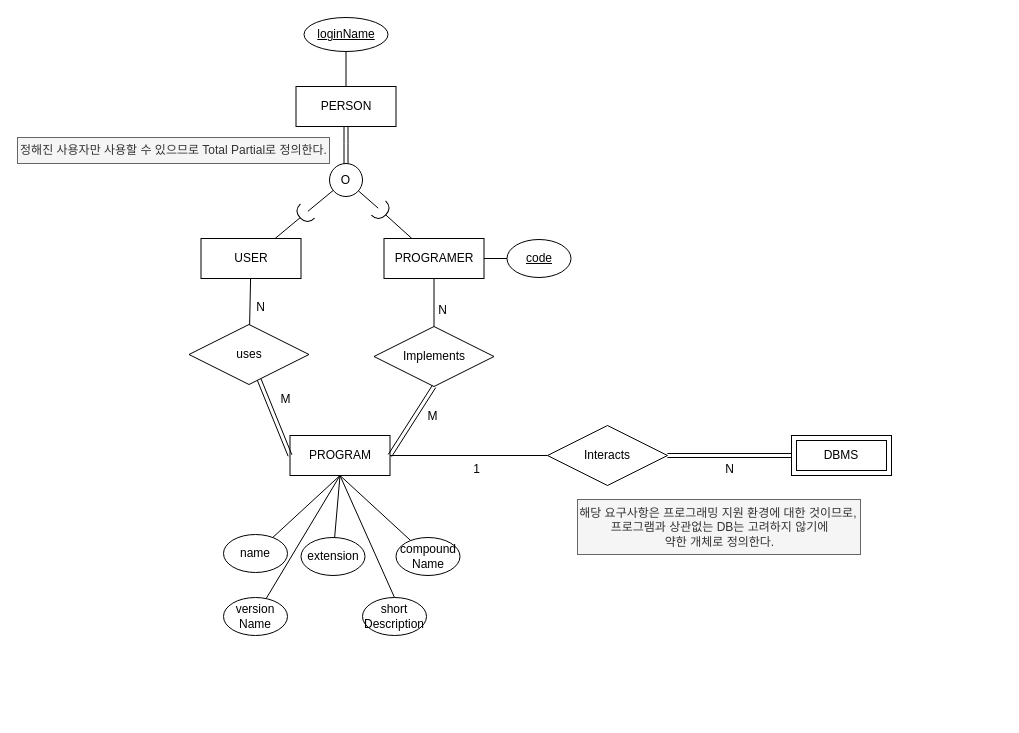
cobinding/draw.io_collection keeps this draw.io diagram as DBStudio/DBStudio_Ass7_Programmer.drawio. Above is the earlier version. Source tidied: cells renumbered, new cells numbered last; positions are measured from the earlier drawing's top-left corner, leaving out a move shared by most shapes. Both pictures are drawn from the tidied source at 100%, with x=0, y=0 at pixel (17, 17).
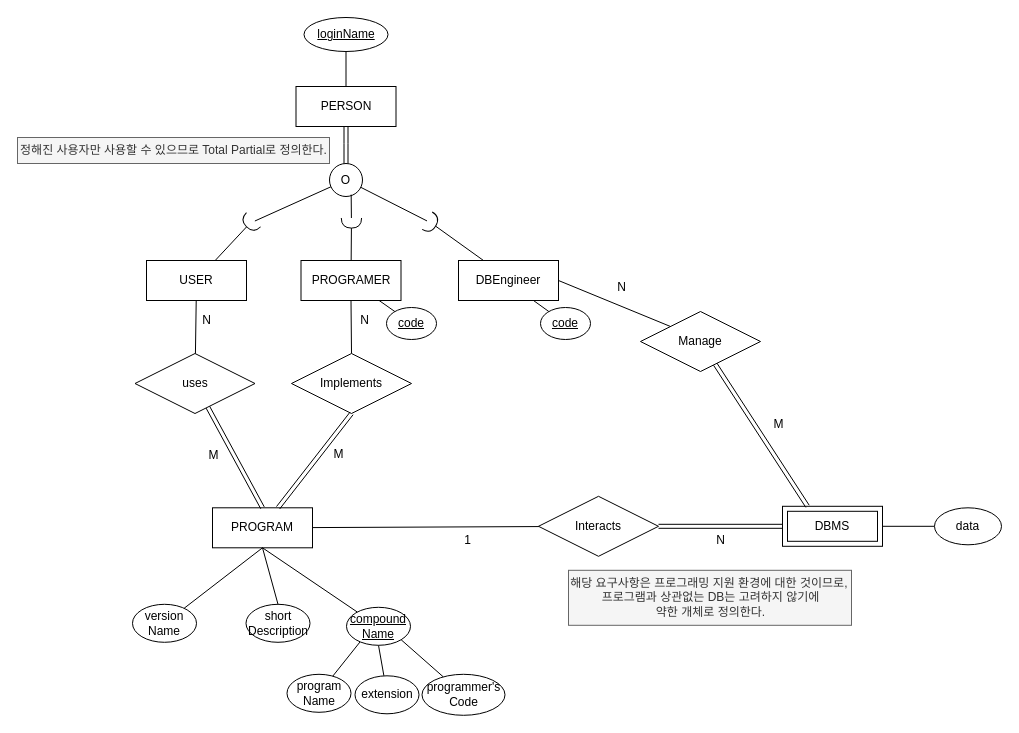
The same diagram, later.

The change refers to these unchanged cells:
```xml
<mxCell id="16" value="O" style="ellipse;whiteSpace=wrap;html=1;" parent="1" vertex="1">
  <mxGeometry x="312" y="146" width="33" height="33" as="geometry" />
</mxCell>
```

Change to the diagram source:
```diff
@@
     <mxCell id="2" style="shape=requiredInterface;html=1;verticalLabelPosition=bottom;sketch=0;rotation=135;" parent="1" vertex="1">
-      <mxGeometry x="281.5" y="187" width="10" height="20" as="geometry" />
+      <mxGeometry x="227.5" y="195.7" width="10" height="20" as="geometry" />
     </mxCell>
@@
     <mxCell id="7" value="PROGRAM" style="whiteSpace=wrap;html=1;align=center;" parent="1" vertex="1">
-      <mxGeometry x="272.5" y="418" width="100" height="40" as="geometry" />
+      <mxGeometry x="195" y="490.3" width="100" height="40" as="geometry" />
     </mxCell>
     <mxCell id="8" value="Implements" style="shape=rhombus;perimeter=rhombusPerimeter;whiteSpace=wrap;html=1;align=center;" parent="1" vertex="1">
-      <mxGeometry x="356.5" y="309" width="120" height="60" as="geometry" />
+      <mxGeometry x="274" y="336" width="120" height="60" as="geometry" />
     </mxCell>
-    <mxCell id="9" style="rounded=0;jettySize=auto;html=1;endArrow=none;endFill=0;exitX=0.5;exitY=1;exitDx=0;exitDy=0;shape=link;entryX=1;entryY=0.5;entryDx=0;entryDy=0;" parent="1" edge="1" source="8" target="7">
+    <mxCell id="9" style="rounded=0;jettySize=auto;html=1;endArrow=none;endFill=0;exitX=0.5;exitY=1;exitDx=0;exitDy=0;shape=link;" parent="1" edge="1" source="8" target="7">
       <mxGeometry relative="1" as="geometry" />
     </mxCell>
@@
     <mxCell id="11" value="PROGRAMER" style="whiteSpace=wrap;html=1;align=center;" parent="1" vertex="1">
-      <mxGeometry x="366.5" y="221" width="100" height="40" as="geometry" />
+      <mxGeometry x="283.5" y="243" width="100" height="40" as="geometry" />
     </mxCell>
@@
     <mxCell id="13" value="USER" style="whiteSpace=wrap;html=1;align=center;" parent="1" vertex="1">
-      <mxGeometry x="183.5" y="221" width="100" height="40" as="geometry" />
+      <mxGeometry x="129" y="243" width="100" height="40" as="geometry" />
     </mxCell>
@@
+    <mxCell id="46" style="rounded=0;jettySize=auto;html=1;fontFamily=Helvetica;fontSize=12;fontColor=default;endArrow=none;endFill=0;entryX=0.25;entryY=0;entryDx=0;entryDy=0;" parent="1" edge="1" source="56" target="52">
+      <mxGeometry relative="1" as="geometry" />
+    </mxCell>
@@
-    <mxCell id="18" style="rounded=0;jettySize=auto;html=1;entryX=0;entryY=0.5;entryDx=0;entryDy=0;shape=link;" parent="1" edge="1" source="19" target="7">
+    <mxCell id="18" style="rounded=0;jettySize=auto;html=1;entryX=0.5;entryY=0;entryDx=0;entryDy=0;shape=link;" parent="1" edge="1" source="19" target="7">
       <mxGeometry relative="1" as="geometry" />
     </mxCell>
     <mxCell id="19" value="uses" style="shape=rhombus;perimeter=rhombusPerimeter;whiteSpace=wrap;html=1;align=center;" parent="1" vertex="1">
-      <mxGeometry x="171.5" y="307" width="120" height="60" as="geometry" />
+      <mxGeometry x="117.5" y="336" width="120" height="60" as="geometry" />
     </mxCell>
@@
-    <mxCell id="21" style="rounded=0;jettySize=auto;html=1;endArrow=none;endFill=0;" parent="1" edge="1" source="16" target="22">
+    <mxCell id="21" style="rounded=0;jettySize=auto;html=1;endArrow=none;endFill=0;exitX=0.657;exitY=0.943;exitDx=0;exitDy=0;exitPerimeter=0;" parent="1" edge="1" source="16" target="22">
       <mxGeometry relative="1" as="geometry" />
     </mxCell>
-    <mxCell id="22" style="shape=requiredInterface;html=1;verticalLabelPosition=bottom;sketch=0;strokeColor=default;align=center;verticalAlign=middle;fontFamily=Helvetica;fontSize=12;fontColor=default;fillColor=default;rotation=45;" parent="1" vertex="1">
-      <mxGeometry x="359.5" y="184" width="10" height="20" as="geometry" />
+    <mxCell id="22" style="shape=requiredInterface;html=1;verticalLabelPosition=bottom;sketch=0;strokeColor=default;align=center;verticalAlign=middle;fontFamily=Helvetica;fontSize=12;fontColor=default;fillColor=default;rotation=90;" parent="1" vertex="1">
+      <mxGeometry x="328.9" y="195.4" width="10.1" height="20.3" as="geometry" />
     </mxCell>
@@
     <mxCell id="26" value="&lt;u&gt;code&lt;/u&gt;" style="ellipse;whiteSpace=wrap;html=1;align=center;sketch=0;strokeColor=default;verticalAlign=middle;fontFamily=Helvetica;fontSize=12;fontColor=default;fillColor=default;" parent="1" vertex="1">
-      <mxGeometry x="489.5" y="222" width="64" height="38" as="geometry" />
+      <mxGeometry x="369" y="290" width="50" height="32" as="geometry" />
     </mxCell>
-    <mxCell id="27" style="rounded=0;jettySize=auto;html=1;fontFamily=Helvetica;fontSize=12;fontColor=default;endArrow=none;endFill=0;entryX=0.5;entryY=1;entryDx=0;entryDy=0;" parent="1" edge="1" source="28" target="7">
+    <mxCell id="27" style="rounded=0;jettySize=auto;html=1;fontFamily=Helvetica;fontSize=12;fontColor=default;endArrow=none;endFill=0;entryX=0.216;entryY=0.902;entryDx=0;entryDy=0;entryPerimeter=0;" parent="1" edge="1" source="28" target="32">
       <mxGeometry relative="1" as="geometry" />
     </mxCell>
-    <mxCell id="28" value="name" style="ellipse;whiteSpace=wrap;html=1;align=center;sketch=0;strokeColor=default;verticalAlign=middle;fontFamily=Helvetica;fontSize=12;fontColor=default;fillColor=default;" parent="1" vertex="1">
-      <mxGeometry x="206" y="517" width="64" height="38" as="geometry" />
+    <mxCell id="28" value="program&lt;div&gt;Name&lt;/div&gt;" style="ellipse;whiteSpace=wrap;html=1;align=center;sketch=0;strokeColor=default;verticalAlign=middle;fontFamily=Helvetica;fontSize=12;fontColor=default;fillColor=default;" parent="1" vertex="1">
+      <mxGeometry x="269.5" y="656.8" width="64" height="38" as="geometry" />
     </mxCell>
-    <mxCell id="29" style="rounded=0;jettySize=auto;html=1;fontFamily=Helvetica;fontSize=12;fontColor=default;endArrow=none;endFill=0;entryX=0.5;entryY=1;entryDx=0;entryDy=0;" parent="1" edge="1" source="30" target="7">
+    <mxCell id="29" style="rounded=0;jettySize=auto;html=1;fontFamily=Helvetica;fontSize=12;fontColor=default;endArrow=none;endFill=0;entryX=0.5;entryY=1;entryDx=0;entryDy=0;" parent="1" edge="1" source="30" target="32">
       <mxGeometry relative="1" as="geometry" />
     </mxCell>
     <mxCell id="30" value="extension" style="ellipse;whiteSpace=wrap;html=1;align=center;sketch=0;strokeColor=default;verticalAlign=middle;fontFamily=Helvetica;fontSize=12;fontColor=default;fillColor=default;" parent="1" vertex="1">
-      <mxGeometry x="283.5" y="520" width="64" height="38" as="geometry" />
+      <mxGeometry x="337.5" y="658.3" width="64" height="38" as="geometry" />
     </mxCell>
@@
-    <mxCell id="32" value="compound&lt;div&gt;Name&lt;/div&gt;" style="ellipse;whiteSpace=wrap;html=1;align=center;sketch=0;strokeColor=default;verticalAlign=middle;fontFamily=Helvetica;fontSize=12;fontColor=default;fillColor=default;" parent="1" vertex="1">
-      <mxGeometry x="378.5" y="520" width="64" height="38" as="geometry" />
+    <mxCell id="32" value="&lt;u&gt;compound&lt;/u&gt;&lt;div&gt;&lt;u&gt;Name&lt;/u&gt;&lt;/div&gt;" style="ellipse;whiteSpace=wrap;html=1;align=center;sketch=0;strokeColor=default;verticalAlign=middle;fontFamily=Helvetica;fontSize=12;fontColor=default;fillColor=default;" parent="1" vertex="1">
+      <mxGeometry x="329" y="589.8" width="64" height="38" as="geometry" />
     </mxCell>
@@
     <mxCell id="34" value="version&lt;div&gt;Name&lt;/div&gt;" style="ellipse;whiteSpace=wrap;html=1;align=center;sketch=0;strokeColor=default;verticalAlign=middle;fontFamily=Helvetica;fontSize=12;fontColor=default;fillColor=default;" parent="1" vertex="1">
-      <mxGeometry x="206" y="580" width="64" height="38" as="geometry" />
+      <mxGeometry x="115" y="586.8" width="64" height="38" as="geometry" />
     </mxCell>
@@
     <mxCell id="36" value="short&lt;div&gt;Description&lt;/div&gt;" style="ellipse;whiteSpace=wrap;html=1;align=center;sketch=0;strokeColor=default;verticalAlign=middle;fontFamily=Helvetica;fontSize=12;fontColor=default;fillColor=default;" parent="1" vertex="1">
-      <mxGeometry x="345" y="580" width="64" height="38" as="geometry" />
+      <mxGeometry x="228.5" y="586.8" width="64" height="38" as="geometry" />
     </mxCell>
@@
     <mxCell id="38" value="Interacts" style="shape=rhombus;perimeter=rhombusPerimeter;whiteSpace=wrap;html=1;align=center;" parent="1" vertex="1">
-      <mxGeometry x="530" y="408" width="120" height="60" as="geometry" />
+      <mxGeometry x="521" y="478.8" width="120" height="60" as="geometry" />
     </mxCell>
+    <mxCell id="47" style="rounded=0;jettySize=auto;html=1;entryX=0;entryY=0.5;entryDx=0;entryDy=0;fontFamily=Helvetica;fontSize=12;fontColor=default;endArrow=none;endFill=0;exitX=1;exitY=0.5;exitDx=0;exitDy=0;" parent="1" edge="1" source="39" target="48">
+      <mxGeometry relative="1" as="geometry" />
+    </mxCell>
     <mxCell id="39" value="DBMS" style="shape=ext;margin=3;double=1;whiteSpace=wrap;html=1;align=center;sketch=0;strokeColor=default;verticalAlign=middle;fontFamily=Helvetica;fontSize=12;fontColor=default;fillColor=default;" parent="1" vertex="1">
-      <mxGeometry x="774" y="418" width="100" height="40" as="geometry" />
+      <mxGeometry x="765" y="488.8" width="100" height="40" as="geometry" />
     </mxCell>
     <mxCell id="40" value="N" style="text;html=1;align=center;verticalAlign=middle;strokeColor=none;fillColor=none;fontFamily=Helvetica;fontSize=12;fontColor=default;" parent="1" vertex="1">
-      <mxGeometry x="698" y="439" width="27" height="26" as="geometry" />
+      <mxGeometry x="689" y="509.8" width="27" height="26" as="geometry" />
     </mxCell>
     <mxCell id="41" value="1" style="text;html=1;align=center;verticalAlign=middle;strokeColor=none;fillColor=none;fontFamily=Helvetica;fontSize=12;fontColor=default;" parent="1" vertex="1">
-      <mxGeometry x="446" y="439" width="25" height="26" as="geometry" />
+      <mxGeometry x="437" y="509.8" width="25" height="26" as="geometry" />
     </mxCell>
     <mxCell id="42" value="N" style="text;html=1;align=center;verticalAlign=middle;strokeColor=none;fillColor=none;fontFamily=Helvetica;fontSize=12;fontColor=default;" parent="1" vertex="1">
-      <mxGeometry x="411" y="280" width="27" height="26" as="geometry" />
+      <mxGeometry x="333.5" y="290" width="27" height="26" as="geometry" />
     </mxCell>
     <mxCell id="43" value="N" style="text;html=1;align=center;verticalAlign=middle;strokeColor=none;fillColor=none;fontFamily=Helvetica;fontSize=12;fontColor=default;" parent="1" vertex="1">
-      <mxGeometry x="229" y="277" width="27" height="26" as="geometry" />
+      <mxGeometry x="175" y="290" width="27" height="26" as="geometry" />
     </mxCell>
     <mxCell id="44" value="M" style="text;html=1;align=center;verticalAlign=middle;strokeColor=none;fillColor=none;fontFamily=Helvetica;fontSize=12;fontColor=default;" parent="1" vertex="1">
-      <mxGeometry x="253.5" y="369" width="28" height="26" as="geometry" />
+      <mxGeometry x="182" y="425" width="28" height="26" as="geometry" />
     </mxCell>
     <mxCell id="45" value="해당 요구사항은 프로그래밍 지원 환경에 대한 것이므로,&amp;nbsp;&lt;div&gt;프로그램과 상관없는 DB는 고려하지 않기에&lt;/div&gt;&lt;div&gt;약한 개체로 정의한다.&lt;/div&gt;" style="text;html=1;align=center;verticalAlign=middle;strokeColor=#666666;fillColor=#f5f5f5;fontFamily=Helvetica;fontSize=12;fontColor=#333333;" parent="1" vertex="1">
-      <mxGeometry x="560" y="482" width="283" height="55" as="geometry" />
+      <mxGeometry x="551" y="552.8" width="283" height="55" as="geometry" />
     </mxCell>
+    <mxCell id="48" value="data" style="ellipse;whiteSpace=wrap;html=1;align=center;sketch=0;strokeColor=default;verticalAlign=middle;fontFamily=Helvetica;fontSize=12;fontColor=default;fillColor=default;" parent="1" vertex="1">
+      <mxGeometry x="917" y="490.3" width="67" height="37" as="geometry" />
+    </mxCell>
+    <mxCell id="49" style="rounded=0;jettySize=auto;html=1;entryX=1;entryY=1;entryDx=0;entryDy=0;fontFamily=Helvetica;fontSize=12;fontColor=default;endArrow=none;endFill=0;" parent="1" edge="1" source="50" target="32">
+      <mxGeometry relative="1" as="geometry" />
+    </mxCell>
+    <mxCell id="50" value="programmer's&lt;div&gt;Code&lt;/div&gt;" style="ellipse;whiteSpace=wrap;html=1;align=center;sketch=0;strokeColor=default;verticalAlign=middle;fontFamily=Helvetica;fontSize=12;fontColor=default;fillColor=default;" parent="1" vertex="1">
+      <mxGeometry x="404.5" y="656.8" width="83" height="41" as="geometry" />
+    </mxCell>
+    <mxCell id="51" style="rounded=0;jettySize=auto;html=1;entryX=0;entryY=0;entryDx=0;entryDy=0;fontFamily=Helvetica;fontSize=12;fontColor=default;endArrow=none;endFill=0;exitX=1;exitY=0.5;exitDx=0;exitDy=0;" parent="1" edge="1" source="52" target="54">
+      <mxGeometry relative="1" as="geometry" />
+    </mxCell>
+    <mxCell id="52" value="DBEngineer" style="whiteSpace=wrap;html=1;align=center;" parent="1" vertex="1">
+      <mxGeometry x="441" y="243" width="100" height="40" as="geometry" />
+    </mxCell>
+    <mxCell id="53" style="rounded=0;jettySize=auto;html=1;entryX=0.25;entryY=0;entryDx=0;entryDy=0;fontFamily=Helvetica;fontSize=12;fontColor=default;endArrow=none;endFill=0;shape=link;" parent="1" edge="1" source="54" target="39">
+      <mxGeometry relative="1" as="geometry" />
+    </mxCell>
+    <mxCell id="54" value="Manage" style="shape=rhombus;perimeter=rhombusPerimeter;whiteSpace=wrap;html=1;align=center;" parent="1" vertex="1">
+      <mxGeometry x="623" y="294" width="120" height="60" as="geometry" />
+    </mxCell>
+    <mxCell id="55" style="rounded=0;jettySize=auto;html=1;fontFamily=Helvetica;fontSize=12;fontColor=default;endArrow=none;endFill=0;" parent="1" edge="1" source="16" target="56">
+      <mxGeometry relative="1" as="geometry" />
+    </mxCell>
+    <mxCell id="56" style="shape=requiredInterface;html=1;verticalLabelPosition=bottom;sketch=0;strokeColor=default;align=center;verticalAlign=middle;fontFamily=Helvetica;fontSize=12;fontColor=default;fillColor=default;rotation=30;" parent="1" vertex="1">
+      <mxGeometry x="409" y="195.7" width="10" height="20" as="geometry" />
+    </mxCell>
+    <mxCell id="57" value="N" style="text;html=1;align=center;verticalAlign=middle;strokeColor=none;fillColor=none;fontFamily=Helvetica;fontSize=12;fontColor=default;" parent="1" vertex="1">
+      <mxGeometry x="590" y="257" width="27" height="26" as="geometry" />
+    </mxCell>
+    <mxCell id="58" value="M" style="text;html=1;align=center;verticalAlign=middle;strokeColor=none;fillColor=none;fontFamily=Helvetica;fontSize=12;fontColor=default;" parent="1" vertex="1">
+      <mxGeometry x="747" y="394" width="28" height="26" as="geometry" />
+    </mxCell>
+    <mxCell id="59" style="rounded=0;jettySize=auto;html=1;fontFamily=Helvetica;fontSize=12;fontColor=default;endArrow=none;endFill=0;" parent="1" edge="1" source="60">
+      <mxGeometry relative="1" as="geometry">
+        <mxPoint x="516" y="283" as="targetPoint" />
+      </mxGeometry>
+    </mxCell>
+    <mxCell id="60" value="&lt;u&gt;code&lt;/u&gt;" style="ellipse;whiteSpace=wrap;html=1;align=center;sketch=0;strokeColor=default;verticalAlign=middle;fontFamily=Helvetica;fontSize=12;fontColor=default;fillColor=default;" parent="1" vertex="1">
+      <mxGeometry x="523" y="290" width="50" height="32" as="geometry" />
+    </mxCell>
```
